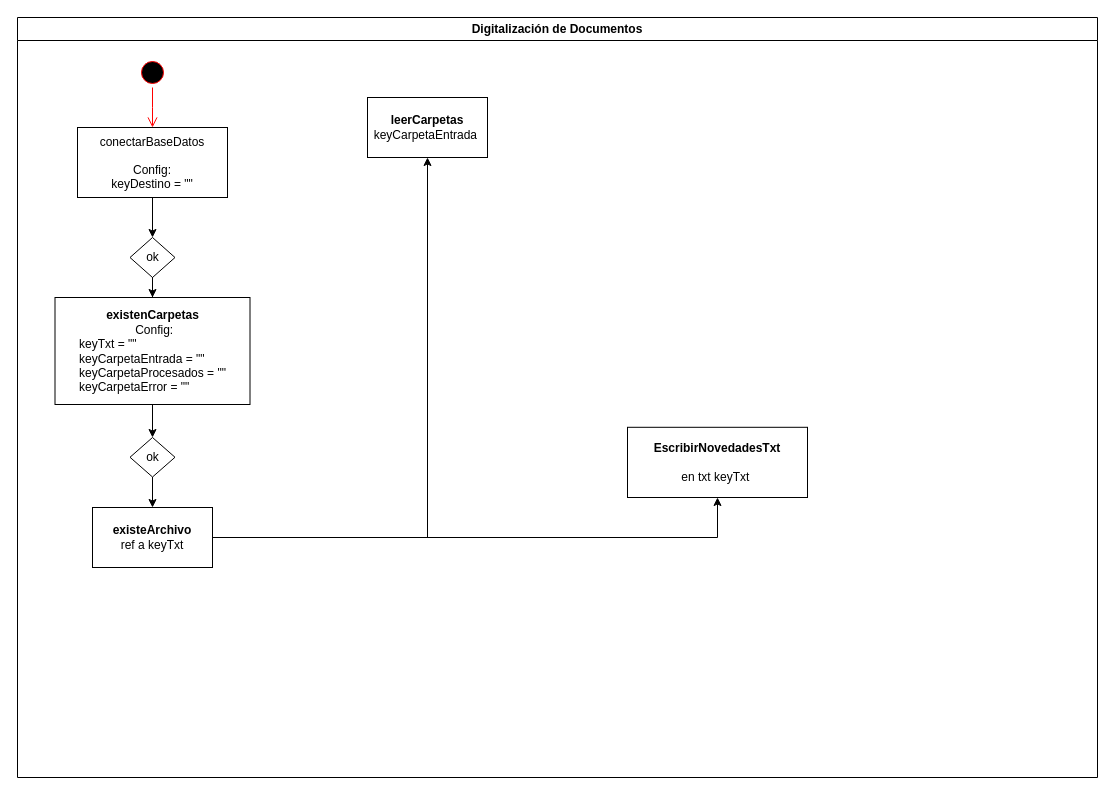
Before: Untitled Diagram.drawio in dev-all/draw, a draw.io diagram. Source tidied: cells renumbered, new cells numbered last; positions are measured from the earlier drawing's top-left corner, leaving out a move shared by most shapes. Both pictures are drawn from the tidied source at 100%, with x=0, y=0 at pixel (17, 17).
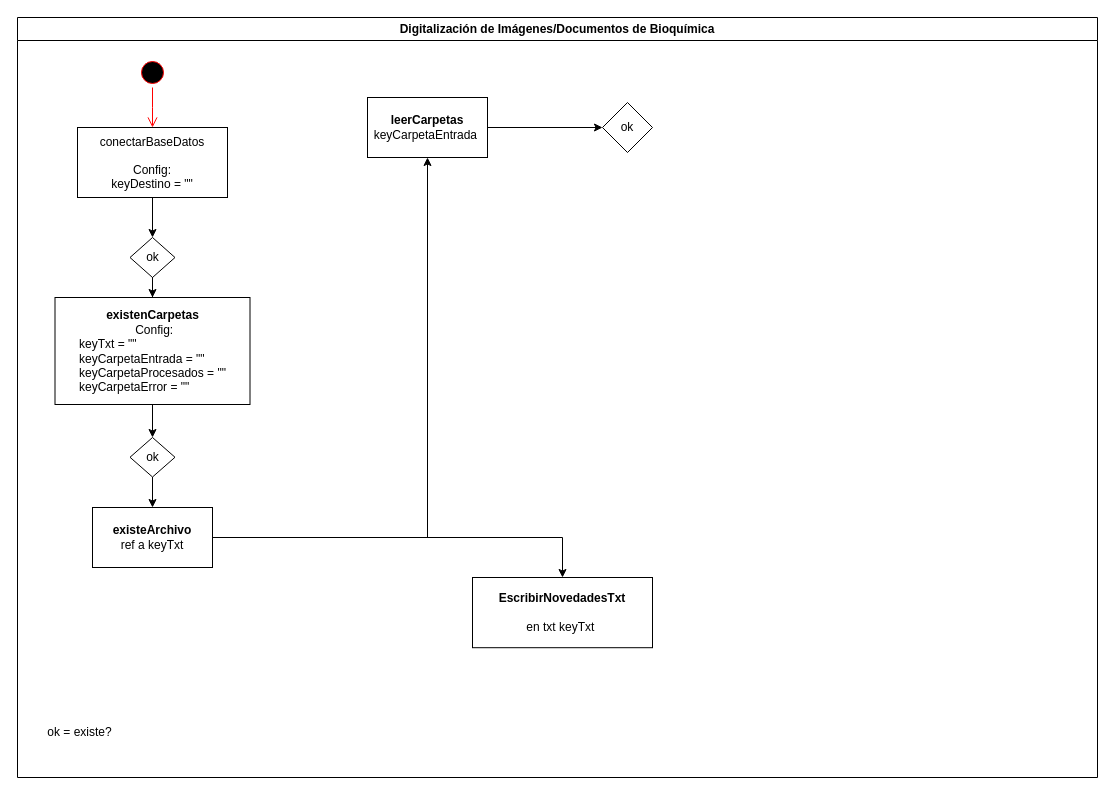
The same diagram, later.

The change refers to these unchanged cells:
```xml
<mxCell id="16" value="&lt;span style=&quot;font-size: 12px&quot;&gt;&lt;b&gt;leerCarpetas&lt;br&gt;&lt;/b&gt;&lt;/span&gt;&lt;span style=&quot;text-align: left&quot;&gt;keyCarpetaEntrada&amp;nbsp;&lt;/span&gt;&lt;span style=&quot;font-size: 12px&quot;&gt;&lt;b&gt;&lt;br&gt;&lt;/b&gt;&lt;/span&gt;" style="whiteSpace=wrap;html=1;" parent="2" vertex="1">
  <mxGeometry x="350" y="80" width="120" height="60" as="geometry" />
</mxCell>
```

The edit, as a diff of the source:
```diff
@@
-    <mxCell id="2" value="Digitalización de Documentos" style="swimlane;whiteSpace=wrap;startSize=23;" parent="1" vertex="1">
+    <mxCell id="2" value="Digitalización de Imágenes/Documentos de Bioquímica" style="swimlane;whiteSpace=wrap;startSize=23;" parent="1" vertex="1">
       <mxGeometry width="1080" height="760" as="geometry" />
     </mxCell>
@@
     <mxCell id="14" value="&lt;span style=&quot;font-size: 12px&quot;&gt;&lt;b&gt;EscribirNovedadesTxt&lt;/b&gt;&lt;br&gt;&lt;br&gt;en txt keyTxt&lt;b&gt;&amp;nbsp;&lt;br&gt;&lt;/b&gt;&lt;/span&gt;" style="whiteSpace=wrap;html=1;" parent="2" vertex="1">
-      <mxGeometry x="610" y="409.8" width="180" height="70.2" as="geometry" />
+      <mxGeometry x="455" y="560" width="180" height="70.2" as="geometry" />
     </mxCell>
@@
+    <mxCell id="18" style="edgeStyle=orthogonalEdgeStyle;rounded=0;jettySize=auto;html=1;" parent="2" edge="1" source="16" target="19">
+      <mxGeometry relative="1" as="geometry" />
+    </mxCell>
@@
+    <mxCell id="19" value="ok" style="rhombus;whiteSpace=wrap;html=1;" parent="2" vertex="1">
+      <mxGeometry x="585" y="85" width="50" height="50" as="geometry" />
+    </mxCell>
+    <mxCell id="20" value="ok = existe?" style="text;html=1;strokeColor=none;fillColor=none;align=center;verticalAlign=middle;whiteSpace=wrap;rounded=0;" parent="2" vertex="1">
+      <mxGeometry x="20" y="700" width="85" height="30" as="geometry" />
+    </mxCell>
```
